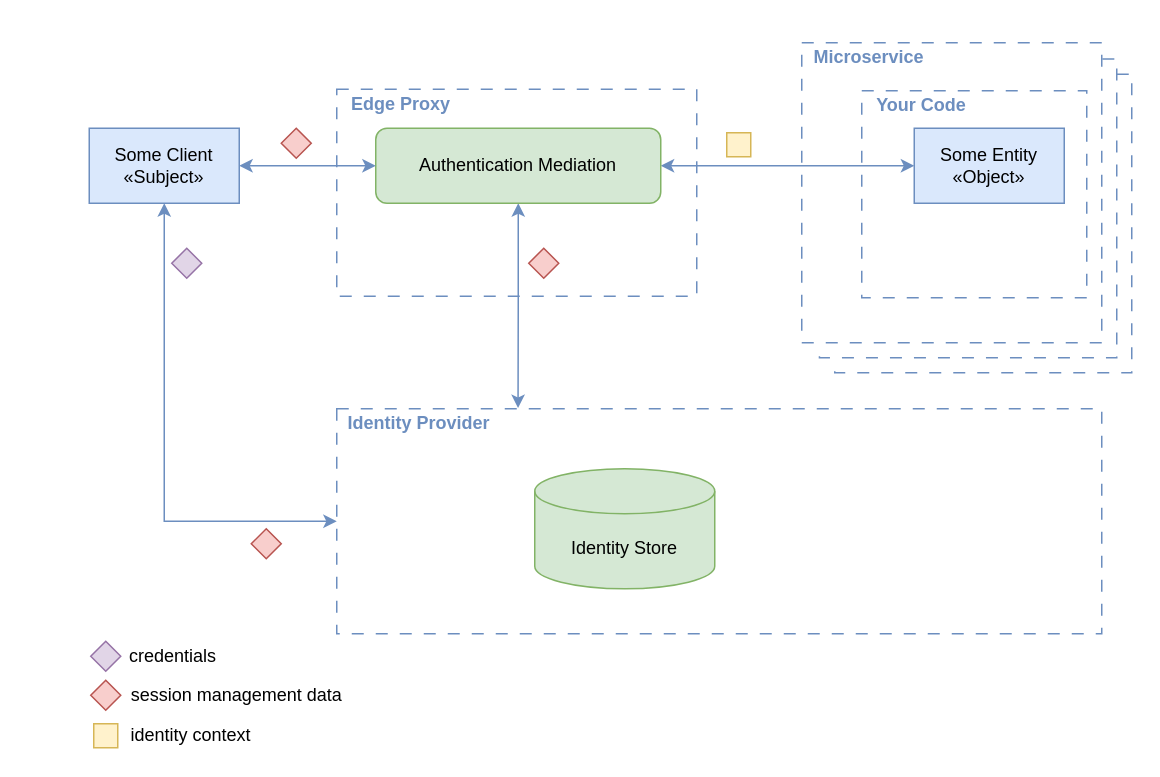
Before: assets/Edge_Level_Authentication.drawio in dadrus/CheatSheetSeries, a draw.io diagram. Source tidied: cells renumbered, new cells numbered last; positions are measured from the earlier drawing's top-left corner, leaving out a move shared by most shapes. Both pictures are drawn from the tidied source at 150%, with x=0, y=0 at pixel (88, 42).
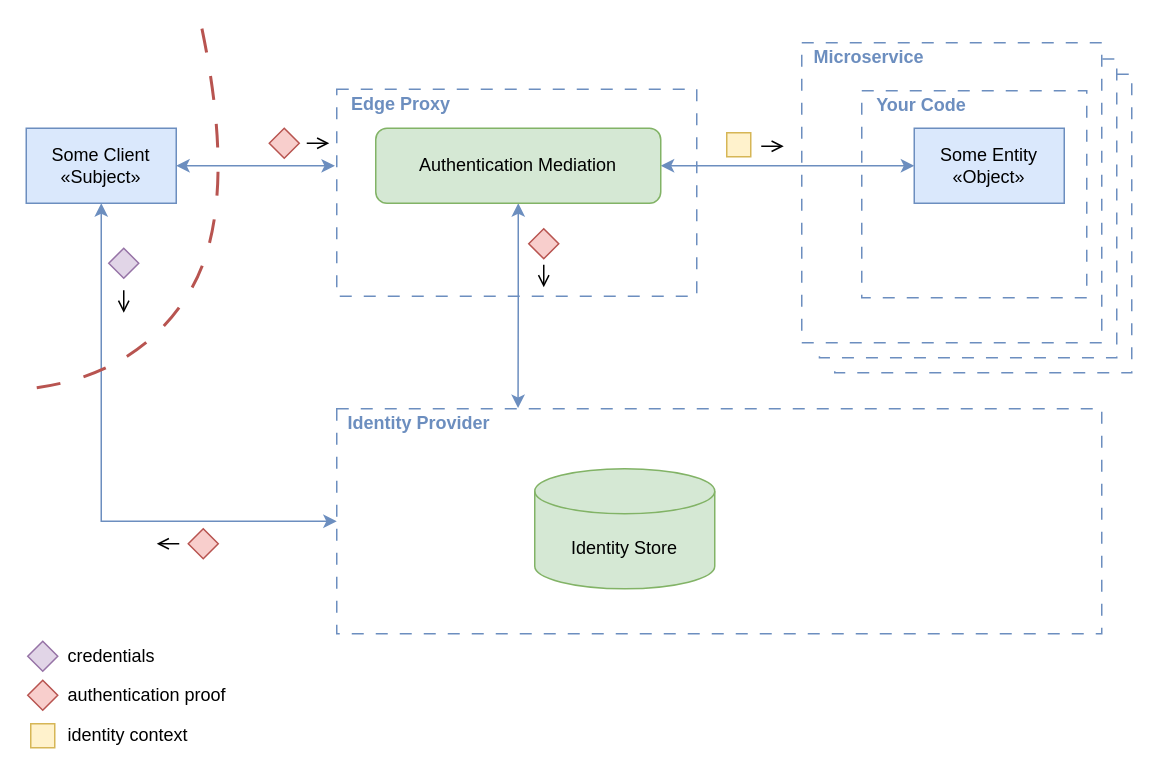
Above is the later version.

The change refers to these unchanged cells:
```xml
<mxCell id="3" style="rounded=0;whiteSpace=wrap;html=1;fillColor=none;strokeColor=#6c8ebf;dashed=1;dashPattern=8 8;" parent="1" vertex="1">
  <mxGeometry x="165" y="31" width="240" height="138" as="geometry" />
</mxCell>
<mxCell id="7" value="Authentication Mediation" style="rounded=1;whiteSpace=wrap;html=1;fillColor=#d5e8d4;strokeColor=#82b366;" parent="1" vertex="1">
  <mxGeometry x="191" y="57" width="190" height="50" as="geometry" />
</mxCell>
<mxCell id="21" style="rounded=0;whiteSpace=wrap;html=1;fillColor=none;strokeColor=#6c8ebf;dashed=1;dashPattern=8 8;" parent="1" vertex="1">
  <mxGeometry x="165" y="244" width="510" height="150" as="geometry" />
</mxCell>
```

Change to the diagram source:
```diff
@@
-    <mxCell id="8" style="edgeStyle=orthogonalEdgeStyle;rounded=0;jettySize=auto;html=1;entryX=0;entryY=0.5;entryDx=0;entryDy=0;startArrow=classic;startFill=1;fillColor=#dae8fc;strokeColor=#6c8ebf;" parent="1" edge="1" source="10" target="7">
+    <mxCell id="8" style="edgeStyle=orthogonalEdgeStyle;rounded=0;jettySize=auto;html=1;startArrow=classic;startFill=1;fillColor=#dae8fc;strokeColor=#6c8ebf;entryX=-0.005;entryY=0.37;entryDx=0;entryDy=0;entryPerimeter=0;" parent="1" edge="1" source="10" target="3">
       <mxGeometry relative="1" as="geometry" />
     </mxCell>
     <mxCell id="9" style="edgeStyle=orthogonalEdgeStyle;rounded=0;jettySize=auto;html=1;fillColor=#dae8fc;strokeColor=#6c8ebf;startArrow=classic;startFill=1;entryX=0;entryY=0.5;entryDx=0;entryDy=0;" parent="1" edge="1" source="10" target="21">
       <mxGeometry relative="1" as="geometry">
         <Array as="points">
-          <mxPoint x="50" y="319" />
+          <mxPoint x="8" y="319" />
         </Array>
       </mxGeometry>
     </mxCell>
     <mxCell id="10" value="Some Client&lt;br&gt;«Subject»" style="rounded=0;whiteSpace=wrap;html=1;fillColor=#dae8fc;strokeColor=#6c8ebf;" parent="1" vertex="1">
-      <mxGeometry y="57" width="100" height="50" as="geometry" />
+      <mxGeometry x="-42" y="57" width="100" height="50" as="geometry" />
     </mxCell>
@@
     <mxCell id="15" style="rhombus;whiteSpace=wrap;html=1;fillColor=#e1d5e7;strokeColor=#9673a6;" parent="1" vertex="1">
-      <mxGeometry x="55" y="137" width="20" height="20" as="geometry" />
+      <mxGeometry x="13" y="137" width="20" height="20" as="geometry" />
     </mxCell>
     <mxCell id="16" style="rhombus;whiteSpace=wrap;html=1;fillColor=#f8cecc;strokeColor=#b85450;" parent="1" vertex="1">
-      <mxGeometry x="108" y="324" width="20" height="20" as="geometry" />
+      <mxGeometry x="66" y="324" width="20" height="20" as="geometry" />
     </mxCell>
     <mxCell id="17" style="rhombus;whiteSpace=wrap;html=1;fillColor=#e1d5e7;strokeColor=#9673a6;" parent="1" vertex="1">
-      <mxGeometry x="1" y="399" width="20" height="20" as="geometry" />
+      <mxGeometry x="-41" y="399" width="20" height="20" as="geometry" />
     </mxCell>
     <mxCell id="18" style="rhombus;whiteSpace=wrap;html=1;fillColor=#f8cecc;strokeColor=#b85450;" parent="1" vertex="1">
-      <mxGeometry x="1" y="425" width="20" height="20" as="geometry" />
+      <mxGeometry x="-41" y="425" width="20" height="20" as="geometry" />
     </mxCell>
-    <mxCell id="19" value="credentials" style="text;html=1;align=center;verticalAlign=middle;whiteSpace=wrap;rounded=0;" parent="1" vertex="1">
-      <mxGeometry x="26" y="399" width="60" height="20" as="geometry" />
+    <mxCell id="19" value="credentials" style="text;html=1;align=left;verticalAlign=middle;whiteSpace=wrap;rounded=0;" parent="1" vertex="1">
+      <mxGeometry x="-16" y="399" width="60" height="20" as="geometry" />
     </mxCell>
-    <mxCell id="20" value="session management data" style="text;html=1;align=center;verticalAlign=middle;whiteSpace=wrap;rounded=0;" parent="1" vertex="1">
-      <mxGeometry x="26" y="425" width="145" height="20" as="geometry" />
+    <mxCell id="20" value="&lt;div align=&quot;left&quot;&gt;authentication proof&lt;/div&gt;" style="text;html=1;align=left;verticalAlign=middle;whiteSpace=wrap;rounded=0;" parent="1" vertex="1">
+      <mxGeometry x="-16" y="425" width="145" height="20" as="geometry" />
     </mxCell>
@@
     <mxCell id="23" style="rhombus;whiteSpace=wrap;html=1;fillColor=#f8cecc;strokeColor=#b85450;" parent="1" vertex="1">
-      <mxGeometry x="128" y="57" width="20" height="20" as="geometry" />
+      <mxGeometry x="120" y="57" width="20" height="20" as="geometry" />
     </mxCell>
     <mxCell id="24" style="rhombus;whiteSpace=wrap;html=1;fillColor=#f8cecc;strokeColor=#b85450;" parent="1" vertex="1">
-      <mxGeometry x="293" y="137" width="20" height="20" as="geometry" />
+      <mxGeometry x="293" y="124" width="20" height="20" as="geometry" />
     </mxCell>
@@
     <mxCell id="27" style="whiteSpace=wrap;html=1;fillColor=#fff2cc;strokeColor=#d6b656;" parent="1" vertex="1">
-      <mxGeometry x="3" y="454" width="16" height="16" as="geometry" />
+      <mxGeometry x="-39" y="454" width="16" height="16" as="geometry" />
     </mxCell>
-    <mxCell id="28" value="&lt;div align=&quot;left&quot;&gt;identity context&lt;/div&gt;" style="text;html=1;align=left;verticalAlign=middle;whiteSpace=wrap;rounded=0;" parent="1" vertex="1">
-      <mxGeometry x="26" y="452" width="145" height="20" as="geometry" />
+    <mxCell id="28" value="&lt;div&gt;identity context&lt;/div&gt;" style="text;html=1;align=left;verticalAlign=middle;whiteSpace=wrap;rounded=0;" parent="1" vertex="1">
+      <mxGeometry x="-16" y="452" width="145" height="20" as="geometry" />
     </mxCell>
@@
+    <mxCell id="31" style="endArrow=open;html=1;rounded=0;endFill=0;" parent="1" edge="1">
+      <mxGeometry relative="1" as="geometry">
+        <mxPoint x="145" y="67" as="sourcePoint" />
+        <mxPoint x="160" y="67" as="targetPoint" />
+      </mxGeometry>
+    </mxCell>
+    <mxCell id="32" style="endArrow=open;html=1;rounded=0;endFill=0;" parent="1" edge="1">
+      <mxGeometry relative="1" as="geometry">
+        <mxPoint x="23" y="165" as="sourcePoint" />
+        <mxPoint x="23" y="180" as="targetPoint" />
+      </mxGeometry>
+    </mxCell>
+    <mxCell id="33" style="endArrow=none;html=1;rounded=0;endFill=0;startArrow=open;startFill=0;" parent="1" edge="1">
+      <mxGeometry relative="1" as="geometry">
+        <mxPoint x="45" y="334" as="sourcePoint" />
+        <mxPoint x="60" y="334" as="targetPoint" />
+      </mxGeometry>
+    </mxCell>
+    <mxCell id="34" style="curved=1;endArrow=none;html=1;rounded=0;dashed=1;dashPattern=8 8;startFill=0;fillColor=#f8cecc;strokeColor=#b85450;startSize=9;endSize=8;strokeWidth=2;" parent="1" edge="1">
+      <mxGeometry relative="1" as="geometry">
+        <mxPoint x="-35" y="230" as="sourcePoint" />
+        <mxPoint x="75" y="-10" as="targetPoint" />
+        <Array as="points">
+          <mxPoint x="35" y="220" />
+          <mxPoint x="100" y="110" />
+        </Array>
+      </mxGeometry>
+    </mxCell>
+    <mxCell id="35" style="endArrow=open;html=1;rounded=0;endFill=0;" parent="1" edge="1">
+      <mxGeometry relative="1" as="geometry">
+        <mxPoint x="303" y="148" as="sourcePoint" />
+        <mxPoint x="303" y="163" as="targetPoint" />
+      </mxGeometry>
+    </mxCell>
+    <mxCell id="36" style="endArrow=open;html=1;rounded=0;endFill=0;" parent="1" edge="1">
+      <mxGeometry relative="1" as="geometry">
+        <mxPoint x="448" y="69" as="sourcePoint" />
+        <mxPoint x="463" y="69" as="targetPoint" />
+      </mxGeometry>
+    </mxCell>
```
